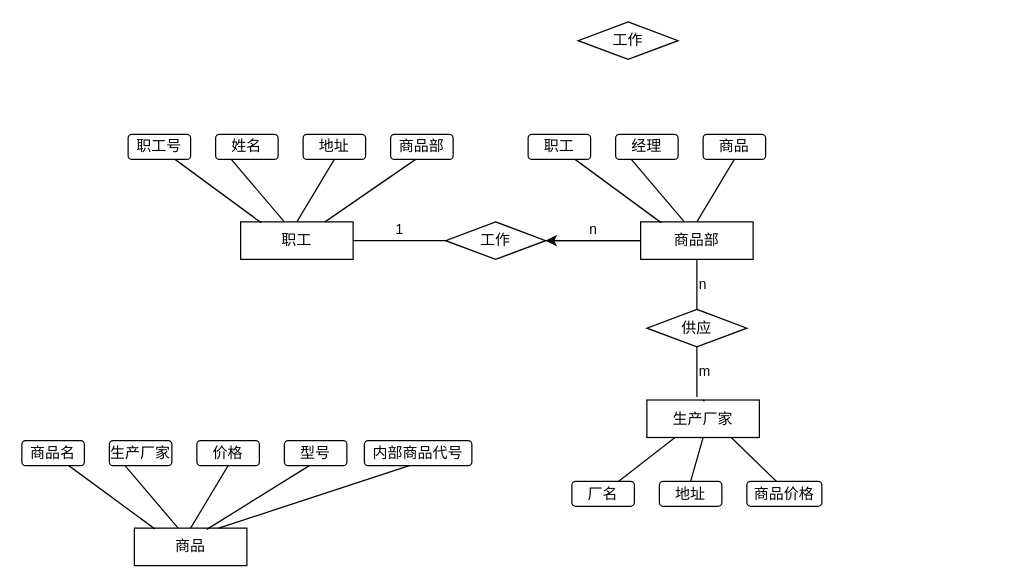
The draw.io diagram Diagram.drawio in YuJiang4319/Diagram, before the edit. Source tidied: cells renumbered, new cells numbered last; positions are measured from the earlier drawing's top-left corner, leaving out a move shared by most shapes. Both pictures are drawn from the tidied source at 125%, with x=0, y=0 at pixel (21, 21).
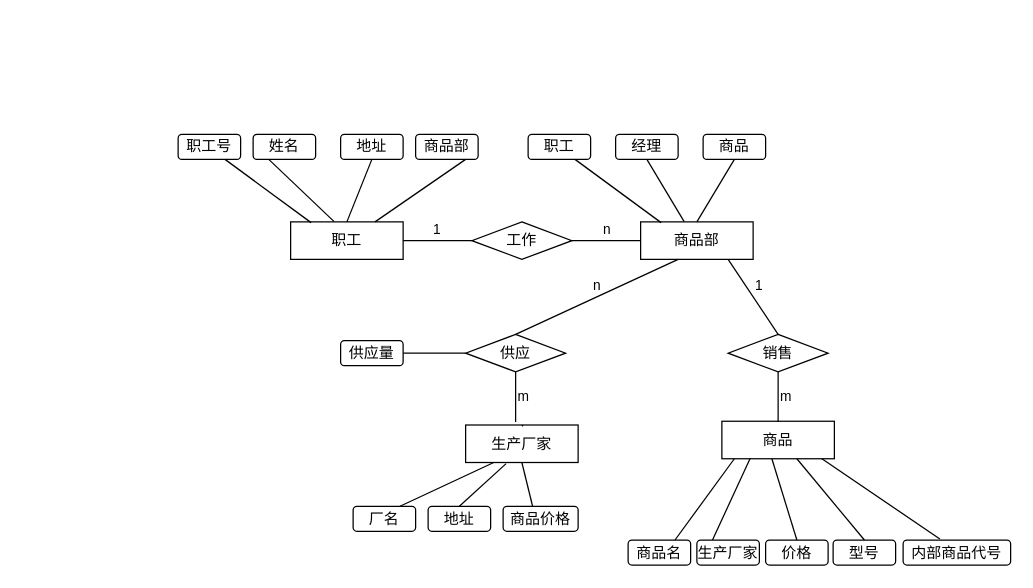
After the change.

Unchanged cells that the change refers to:
```xml
<mxCell id="12" value="经理" style="rounded=1;whiteSpace=wrap;html=1;" parent="1" vertex="1">
  <mxGeometry x="475" y="90" width="50" height="20" as="geometry" />
</mxCell>
<mxCell id="14" value="商品部" style="rounded=0;whiteSpace=wrap;html=1;" parent="1" vertex="1">
  <mxGeometry x="495" y="160" width="90" height="30" as="geometry" />
</mxCell>
```

The edit, as a diff of the source:
```diff
@@
     <mxCell id="2" value="职工号" style="rounded=1;whiteSpace=wrap;html=1;" parent="1" vertex="1">
-      <mxGeometry x="85" y="90" width="50" height="20" as="geometry" />
+      <mxGeometry x="125" y="90" width="50" height="20" as="geometry" />
     </mxCell>
     <mxCell id="3" value="姓名" style="rounded=1;whiteSpace=wrap;html=1;" parent="1" vertex="1">
-      <mxGeometry x="155" y="90" width="50" height="20" as="geometry" />
+      <mxGeometry x="185" y="90" width="50" height="20" as="geometry" />
     </mxCell>
     <mxCell id="4" value="职工" style="rounded=0;whiteSpace=wrap;html=1;" parent="1" vertex="1">
-      <mxGeometry x="175" y="160" width="90" height="30" as="geometry" />
+      <mxGeometry x="215" y="160" width="90" height="30" as="geometry" />
     </mxCell>
@@
     <mxCell id="7" value="地址" style="rounded=1;whiteSpace=wrap;html=1;" parent="1" vertex="1">
-      <mxGeometry x="225" y="90" width="50" height="20" as="geometry" />
+      <mxGeometry x="255" y="90" width="50" height="20" as="geometry" />
     </mxCell>
     <mxCell id="8" value="商品部" style="rounded=1;whiteSpace=wrap;html=1;" parent="1" vertex="1">
-      <mxGeometry x="295" y="90" width="50" height="20" as="geometry" />
+      <mxGeometry x="315" y="90" width="50" height="20" as="geometry" />
     </mxCell>
@@
     <mxCell id="10" style="endArrow=none;html=1;rounded=0;exitX=0.75;exitY=0;exitDx=0;exitDy=0;" parent="1" edge="1" source="4">
       <mxGeometry relative="1" as="geometry">
-        <mxPoint x="315" y="110" as="targetPoint" />
+        <mxPoint x="355" y="110" as="targetPoint" />
       </mxGeometry>
     </mxCell>
@@
-    <mxCell id="13" style="edgeStyle=orthogonalEdgeStyle;rounded=0;jettySize=auto;html=1;" parent="1" edge="1" source="14" target="39">
-      <mxGeometry relative="1" as="geometry" />
-    </mxCell>
@@
-    <mxCell id="16" style="endArrow=none;html=1;rounded=0;exitX=0.387;exitY=-0.007;exitDx=0;exitDy=0;exitPerimeter=0;entryX=0.25;entryY=1;entryDx=0;entryDy=0;" parent="1" edge="1" source="14" target="12">
+    <mxCell id="16" style="endArrow=none;html=1;rounded=0;exitX=0.387;exitY=-0.007;exitDx=0;exitDy=0;exitPerimeter=0;entryX=0.5;entryY=1;entryDx=0;entryDy=0;" parent="1" edge="1" source="14" target="12">
       <mxGeometry relative="1" as="geometry" />
     </mxCell>
@@
     <mxCell id="19" value="商品名" style="rounded=1;whiteSpace=wrap;html=1;" parent="1" vertex="1">
-      <mxGeometry y="335" width="50" height="20" as="geometry" />
+      <mxGeometry x="485" y="414.5" width="50" height="20" as="geometry" />
     </mxCell>
     <mxCell id="20" value="生产厂家" style="rounded=1;whiteSpace=wrap;html=1;" parent="1" vertex="1">
-      <mxGeometry x="70" y="335" width="50" height="20" as="geometry" />
+      <mxGeometry x="540" y="414.5" width="50" height="20" as="geometry" />
     </mxCell>
     <mxCell id="21" value="商品" style="rounded=0;whiteSpace=wrap;html=1;" parent="1" vertex="1">
-      <mxGeometry x="90" y="405" width="90" height="30" as="geometry" />
+      <mxGeometry x="560" y="319.5" width="90" height="30" as="geometry" />
     </mxCell>
-    <mxCell id="22" style="endArrow=none;html=1;rounded=0;exitX=0.182;exitY=0.02;exitDx=0;exitDy=0;exitPerimeter=0;entryX=0.75;entryY=1;entryDx=0;entryDy=0;" parent="1" edge="1" source="21" target="19">
-      <mxGeometry relative="1" as="geometry" />
+    <mxCell id="22" style="endArrow=none;html=1;rounded=0;entryX=0.75;entryY=0;entryDx=0;entryDy=0;" parent="1" edge="1" target="19">
+      <mxGeometry relative="1" as="geometry">
+        <mxPoint x="570" y="349.5" as="sourcePoint" />
+      </mxGeometry>
     </mxCell>
-    <mxCell id="23" style="endArrow=none;html=1;rounded=0;exitX=0.387;exitY=-0.007;exitDx=0;exitDy=0;exitPerimeter=0;entryX=0.25;entryY=1;entryDx=0;entryDy=0;" parent="1" edge="1" source="21" target="20">
+    <mxCell id="23" style="endArrow=none;html=1;rounded=0;exitX=0.25;exitY=1;exitDx=0;exitDy=0;entryX=0.25;entryY=0;entryDx=0;entryDy=0;" parent="1" edge="1" source="21" target="20">
       <mxGeometry relative="1" as="geometry" />
     </mxCell>
     <mxCell id="24" value="价格" style="rounded=1;whiteSpace=wrap;html=1;" parent="1" vertex="1">
-      <mxGeometry x="140" y="335" width="50" height="20" as="geometry" />
+      <mxGeometry x="595" y="414.5" width="50" height="20" as="geometry" />
     </mxCell>
     <mxCell id="25" value="型号" style="rounded=1;whiteSpace=wrap;html=1;" parent="1" vertex="1">
-      <mxGeometry x="210" y="335" width="50" height="20" as="geometry" />
+      <mxGeometry x="649" y="414.5" width="50" height="20" as="geometry" />
     </mxCell>
-    <mxCell id="26" style="endArrow=none;html=1;rounded=0;entryX=0.5;entryY=1;entryDx=0;entryDy=0;exitX=0.5;exitY=0;exitDx=0;exitDy=0;" parent="1" edge="1" source="21" target="24">
-      <mxGeometry relative="1" as="geometry" />
+    <mxCell id="26" style="endArrow=none;html=1;rounded=0;entryX=0.5;entryY=0;entryDx=0;entryDy=0;" parent="1" edge="1" target="24">
+      <mxGeometry relative="1" as="geometry">
+        <mxPoint x="600" y="349.5" as="sourcePoint" />
+      </mxGeometry>
     </mxCell>
-    <mxCell id="27" style="endArrow=none;html=1;rounded=0;exitX=0.644;exitY=0.033;exitDx=0;exitDy=0;exitPerimeter=0;" parent="1" edge="1" source="21">
+    <mxCell id="27" style="endArrow=none;html=1;rounded=0;entryX=0.5;entryY=0;entryDx=0;entryDy=0;" parent="1" edge="1" target="25">
       <mxGeometry relative="1" as="geometry">
-        <mxPoint x="230" y="355" as="targetPoint" />
+        <mxPoint x="620" y="349.5" as="sourcePoint" />
       </mxGeometry>
     </mxCell>
     <mxCell id="28" value="内部商品代号" style="rounded=1;whiteSpace=wrap;html=1;" parent="1" vertex="1">
-      <mxGeometry x="274" y="335" width="86" height="20" as="geometry" />
+      <mxGeometry x="705" y="414.5" width="86" height="20" as="geometry" />
     </mxCell>
-    <mxCell id="29" style="endArrow=none;html=1;rounded=0;exitX=0.75;exitY=0;exitDx=0;exitDy=0;" parent="1" edge="1" source="21">
+    <mxCell id="29" style="endArrow=none;html=1;rounded=0;entryX=0.342;entryY=-0.04;entryDx=0;entryDy=0;entryPerimeter=0;" parent="1" edge="1" target="28">
       <mxGeometry relative="1" as="geometry">
-        <mxPoint x="310" y="355" as="targetPoint" />
+        <mxPoint x="640" y="349.5" as="sourcePoint" />
       </mxGeometry>
     </mxCell>
     <mxCell id="30" value="厂名" style="rounded=1;whiteSpace=wrap;html=1;direction=east;flipH=0;flipV=0;" parent="1" vertex="1">
-      <mxGeometry x="440" y="367.5" width="50" height="20" as="geometry" />
+      <mxGeometry x="265" y="387.5" width="50" height="20" as="geometry" />
     </mxCell>
     <mxCell id="31" value="地址" style="rounded=1;whiteSpace=wrap;html=1;direction=east;flipH=0;flipV=0;" parent="1" vertex="1">
-      <mxGeometry x="510" y="367.5" width="50" height="20" as="geometry" />
+      <mxGeometry x="325" y="387.5" width="50" height="20" as="geometry" />
     </mxCell>
     <mxCell id="32" value="生产厂家" style="rounded=0;whiteSpace=wrap;html=1;direction=east;flipH=0;flipV=0;" parent="1" vertex="1">
-      <mxGeometry x="500" y="302.5" width="90" height="30" as="geometry" />
+      <mxGeometry x="355" y="322.5" width="90" height="30" as="geometry" />
     </mxCell>
@@
-    <mxCell id="34" style="endArrow=none;html=1;rounded=0;exitX=0.5;exitY=1;exitDx=0;exitDy=0;entryX=0.5;entryY=0;entryDx=0;entryDy=0;" parent="1" edge="1" source="32" target="31">
+    <mxCell id="34" style="endArrow=none;html=1;rounded=0;exitX=0.36;exitY=1.03;exitDx=0;exitDy=0;entryX=0.5;entryY=0;entryDx=0;entryDy=0;exitPerimeter=0;" parent="1" edge="1" source="32" target="31">
       <mxGeometry relative="1" as="geometry" />
     </mxCell>
     <mxCell id="35" value="商品价格" style="rounded=1;whiteSpace=wrap;html=1;direction=east;flipH=0;flipV=0;" parent="1" vertex="1">
-      <mxGeometry x="580" y="367.5" width="60" height="20" as="geometry" />
+      <mxGeometry x="385" y="387.5" width="60" height="20" as="geometry" />
     </mxCell>
     <mxCell id="36" style="endArrow=none;html=1;rounded=0;entryX=0.5;entryY=0;entryDx=0;entryDy=0;exitX=0.5;exitY=0;exitDx=0;exitDy=0;" parent="1" edge="1" source="32">
       <mxGeometry relative="1" as="geometry">
-        <mxPoint x="546" y="303.5" as="targetPoint" />
+        <mxPoint x="401" y="323.5" as="targetPoint" />
       </mxGeometry>
     </mxCell>
-    <mxCell id="37" value="1" style="edgeStyle=orthogonalEdgeStyle;rounded=0;jettySize=auto;html=1;entryX=1;entryY=0.5;entryDx=0;entryDy=0;endArrow=none;endFill=0;labelPosition=center;verticalLabelPosition=top;align=center;verticalAlign=bottom;" parent="1" edge="1" source="39" target="4">
+    <mxCell id="37" value="1" style="edgeStyle=orthogonalEdgeStyle;rounded=0;jettySize=auto;html=1;entryX=1;entryY=0.5;entryDx=0;entryDy=0;endArrow=none;endFill=0;labelPosition=center;verticalLabelPosition=top;align=center;verticalAlign=bottom;exitX=0;exitY=0.5;exitDx=0;exitDy=0;" parent="1" edge="1" source="39" target="4">
       <mxGeometry relative="1" as="geometry" />
     </mxCell>
-    <mxCell id="38" value="n" style="edgeStyle=orthogonalEdgeStyle;rounded=0;jettySize=auto;html=1;exitX=1;exitY=0.5;exitDx=0;exitDy=0;entryX=0;entryY=0.5;entryDx=0;entryDy=0;endArrow=none;endFill=0;labelPosition=center;verticalLabelPosition=top;align=center;verticalAlign=bottom;" parent="1" edge="1" source="39" target="14">
+    <mxCell id="38" value="n" style="edgeStyle=orthogonalEdgeStyle;rounded=0;jettySize=auto;html=1;entryX=0;entryY=0.5;entryDx=0;entryDy=0;endArrow=none;endFill=0;labelPosition=center;verticalLabelPosition=top;align=center;verticalAlign=bottom;exitX=1;exitY=0.5;exitDx=0;exitDy=0;" parent="1" edge="1" source="39" target="14">
       <mxGeometry relative="1" as="geometry" />
     </mxCell>
     <mxCell id="39" value="工作" style="rhombus;whiteSpace=wrap;html=1;" parent="1" vertex="1">
-      <mxGeometry x="339" y="160" width="80" height="30" as="geometry" />
+      <mxGeometry x="360" y="160" width="80" height="30" as="geometry" />
     </mxCell>
-    <mxCell id="40" style="endArrow=none;html=1;rounded=0;entryX=0.75;entryY=1;entryDx=0;entryDy=0;exitX=0.393;exitY=0;exitDx=0;exitDy=0;exitPerimeter=0;" parent="1" edge="1" source="35" target="32">
+    <mxCell id="40" style="endArrow=none;html=1;rounded=0;entryX=0.5;entryY=1;entryDx=0;entryDy=0;exitX=0.393;exitY=0;exitDx=0;exitDy=0;exitPerimeter=0;" parent="1" edge="1" source="35" target="32">
       <mxGeometry relative="1" as="geometry" />
     </mxCell>
+    <mxCell id="42" value="m" style="edgeStyle=orthogonalEdgeStyle;rounded=0;jettySize=auto;html=1;exitX=0.5;exitY=1;exitDx=0;exitDy=0;endArrow=none;endFill=0;labelPosition=right;verticalLabelPosition=middle;align=left;verticalAlign=middle;" parent="1" edge="1" source="43">
+      <mxGeometry relative="1" as="geometry">
+        <mxPoint x="395" y="320" as="targetPoint" />
+      </mxGeometry>
+    </mxCell>
+    <mxCell id="45" style="edgeStyle=orthogonalEdgeStyle;rounded=0;jettySize=auto;html=1;endArrow=none;endFill=0;" parent="1" edge="1" source="43">
+      <mxGeometry relative="1" as="geometry">
+        <mxPoint x="305" y="265" as="targetPoint" />
+      </mxGeometry>
+    </mxCell>
+    <mxCell id="43" value="供应" style="rhombus;whiteSpace=wrap;html=1;" parent="1" vertex="1">
+      <mxGeometry x="355" y="250" width="80" height="30" as="geometry" />
+    </mxCell>
+    <mxCell id="46" value="m" style="edgeStyle=orthogonalEdgeStyle;rounded=0;jettySize=auto;html=1;exitX=0.5;exitY=1;exitDx=0;exitDy=0;endArrow=none;endFill=0;labelPosition=right;verticalLabelPosition=middle;align=left;verticalAlign=middle;" parent="1" edge="1" source="44">
+      <mxGeometry relative="1" as="geometry">
+        <mxPoint x="605" y="320" as="targetPoint" />
+      </mxGeometry>
+    </mxCell>
+    <mxCell id="44" value="销售" style="rhombus;whiteSpace=wrap;html=1;" parent="1" vertex="1">
+      <mxGeometry x="565" y="250" width="80" height="30" as="geometry" />
+    </mxCell>
-    <mxCell id="41" value="n" style="edgeStyle=orthogonalEdgeStyle;rounded=0;jettySize=auto;html=1;exitX=0.5;exitY=0;exitDx=0;exitDy=0;entryX=0.5;entryY=1;entryDx=0;entryDy=0;endArrow=none;endFill=0;labelPosition=right;verticalLabelPosition=middle;align=left;verticalAlign=middle;" parent="1" edge="1" source="43" target="14">
-      <mxGeometry relative="1" as="geometry" />
+    <mxCell id="41" value="n" style="endArrow=none;html=1;rounded=0;exitX=0.5;exitY=0;exitDx=0;exitDy=0;labelPosition=center;verticalLabelPosition=top;align=center;verticalAlign=bottom;" parent="1" edge="1" source="43">
+      <mxGeometry relative="1" as="geometry">
+        <mxPoint x="525" y="190" as="targetPoint" />
+      </mxGeometry>
     </mxCell>
-    <mxCell id="42" value="m" style="edgeStyle=orthogonalEdgeStyle;rounded=0;jettySize=auto;html=1;exitX=0.5;exitY=1;exitDx=0;exitDy=0;endArrow=none;endFill=0;labelPosition=right;verticalLabelPosition=middle;align=left;verticalAlign=middle;" parent="1" edge="1" source="43">
-      <mxGeometry relative="1" as="geometry">
-        <mxPoint x="540" y="300" as="targetPoint" />
-      </mxGeometry>
-    </mxCell>
-    <mxCell id="43" value="供应" style="rhombus;whiteSpace=wrap;html=1;" parent="1" vertex="1">
-      <mxGeometry x="500" y="230" width="80" height="30" as="geometry" />
-    </mxCell>
-    <mxCell id="44" value="工作" style="rhombus;whiteSpace=wrap;html=1;" parent="1" vertex="1">
-      <mxGeometry x="445" width="80" height="30" as="geometry" />
-    </mxCell>
+    <mxCell id="47" value="1" style="endArrow=none;html=1;rounded=0;exitX=0.5;exitY=0;exitDx=0;exitDy=0;labelPosition=right;verticalLabelPosition=top;align=left;verticalAlign=bottom;" parent="1" edge="1" source="44">
+      <mxGeometry relative="1" as="geometry">
+        <mxPoint x="565" y="190" as="targetPoint" />
+      </mxGeometry>
+    </mxCell>
+    <mxCell id="48" value="供应量" style="rounded=1;whiteSpace=wrap;html=1;" parent="1" vertex="1">
+      <mxGeometry x="255" y="255" width="50" height="20" as="geometry" />
+    </mxCell>
```
